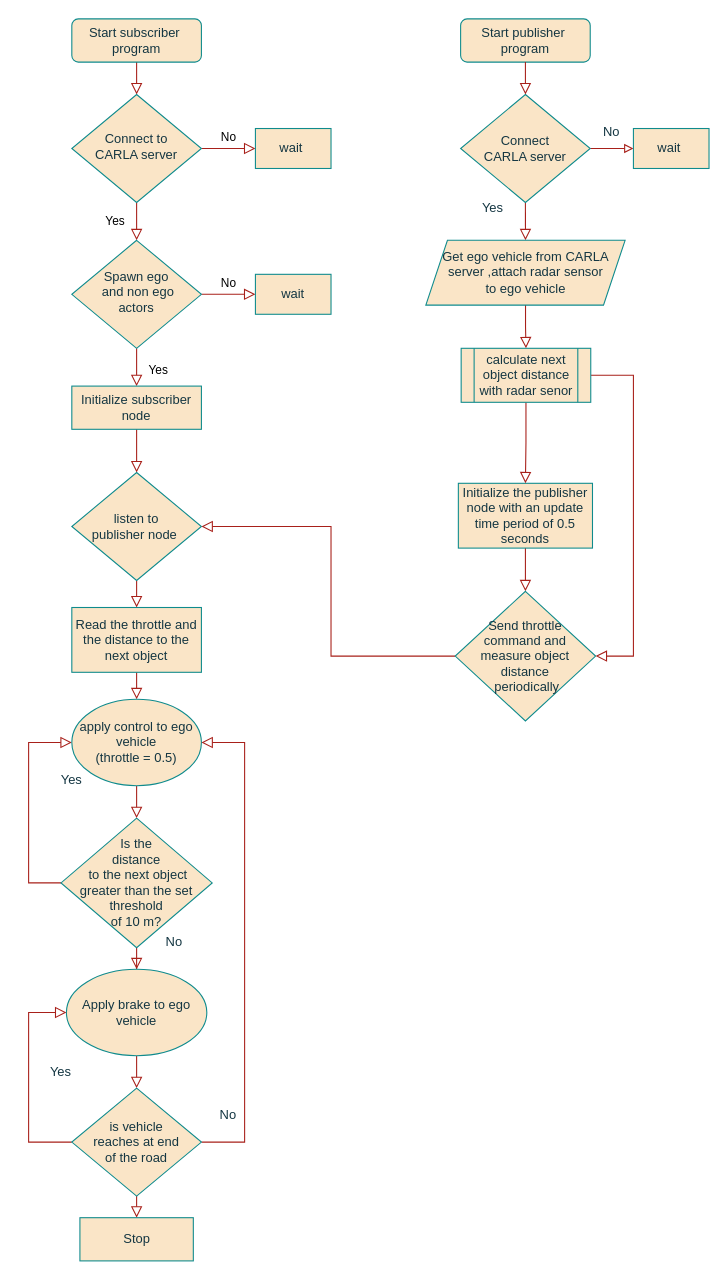
Before: POC.drawio in bapukokare/assignment, a draw.io diagram. Source tidied: cells renumbered, new cells numbered last; positions are measured from the earlier drawing's top-left corner, leaving out a move shared by most shapes. Both pictures are drawn from the tidied source at 108%, with x=0, y=0 at pixel (28, 18).
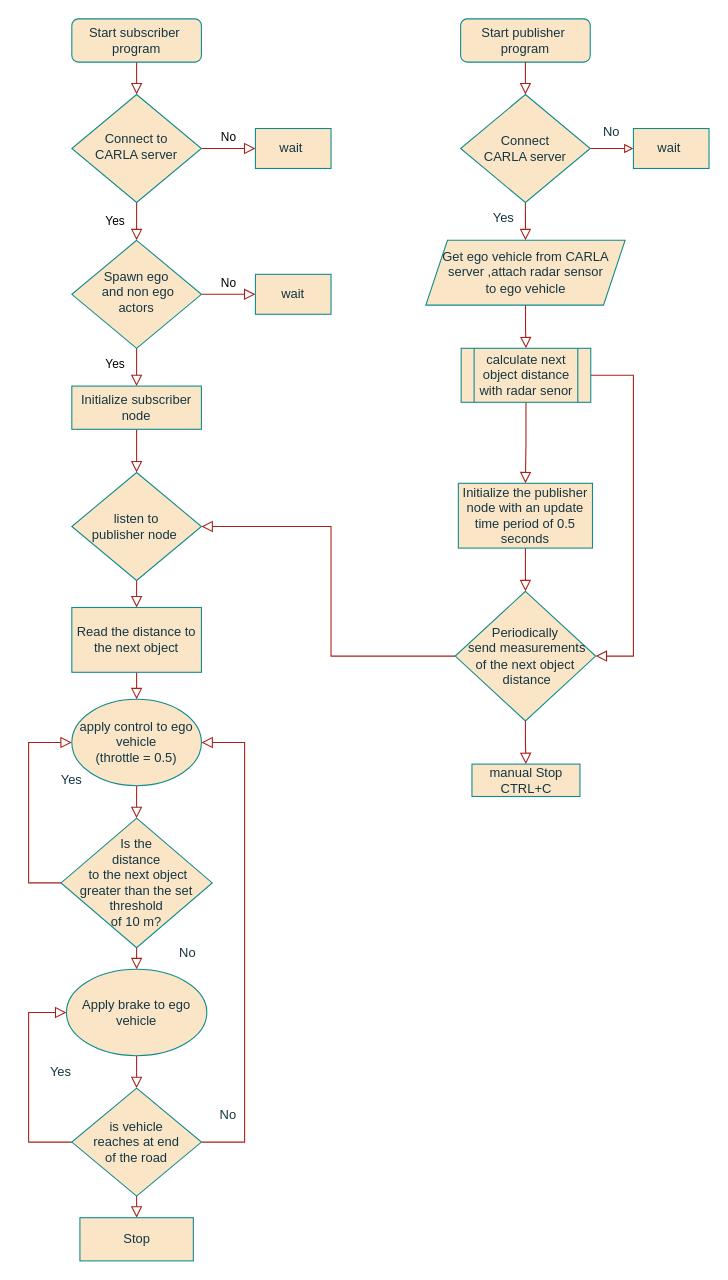
Above is the later version.

The change refers to these unchanged cells:
```xml
<mxCell id="10" value="&lt;font style=&quot;font-size: 12px;&quot;&gt;Spawn ego&lt;br&gt;&amp;nbsp;and non ego &lt;br&gt;actors&lt;/font&gt;" style="rhombus;whiteSpace=wrap;html=1;shadow=0;fontFamily=Helvetica;fontSize=12;align=center;strokeWidth=1;spacing=6;spacingTop=-4;labelBackgroundColor=none;fillColor=#FAE5C7;strokeColor=#0F8B8D;fontColor=#143642;" parent="1" vertex="1">
  <mxGeometry x="40" y="205" width="120" height="100" as="geometry" />
</mxCell>
<mxCell id="12" value="Initialize subscriber node" style="rounded=0;whiteSpace=wrap;html=1;fontSize=12;glass=0;strokeWidth=1;shadow=0;labelBackgroundColor=none;fillColor=#FAE5C7;strokeColor=#0F8B8D;fontColor=#143642;" parent="1" vertex="1">
  <mxGeometry x="40" y="340" width="120" height="40" as="geometry" />
</mxCell>
<mxCell id="27" value="Initialize the publisher node with an update time period of 0.5 seconds" style="whiteSpace=wrap;html=1;rounded=0;glass=0;strokeWidth=1;shadow=0;labelBackgroundColor=none;fillColor=#FAE5C7;strokeColor=#0F8B8D;fontColor=#143642;" parent="1" vertex="1">
  <mxGeometry x="397.9" y="430" width="124.2" height="60" as="geometry" />
</mxCell>
<mxCell id="34" value="Is the &lt;br&gt;distance&lt;br&gt;&amp;nbsp;to the next object &lt;br&gt;greater than the set threshold &lt;br&gt;of 10 m?" style="rhombus;whiteSpace=wrap;html=1;rounded=0;glass=0;strokeWidth=1;shadow=0;labelBackgroundColor=none;fillColor=#FAE5C7;strokeColor=#0F8B8D;fontColor=#143642;" parent="1" vertex="1">
  <mxGeometry x="30" y="740" width="140" height="120" as="geometry" />
</mxCell>
<mxCell id="40" value="Apply brake to ego vehicle" style="ellipse;whiteSpace=wrap;html=1;rounded=0;glass=0;strokeWidth=1;shadow=0;labelBackgroundColor=none;fillColor=#FAE5C7;strokeColor=#0F8B8D;fontColor=#143642;" parent="1" vertex="1">
  <mxGeometry x="35" y="880" width="130" height="80" as="geometry" />
</mxCell>
<mxCell id="49" value="calculate next object distance with radar senor" style="shape=process;whiteSpace=wrap;html=1;backgroundOutline=1;rounded=0;glass=0;strokeWidth=1;shadow=0;labelBackgroundColor=none;fillColor=#FAE5C7;strokeColor=#0F8B8D;fontColor=#143642;" parent="1" vertex="1">
  <mxGeometry x="400.5" y="305" width="120" height="50" as="geometry" />
</mxCell>
```

Change to the diagram source:
```diff
@@
     <mxCell id="8" value="Yes" style="rounded=0;html=1;jettySize=auto;fontSize=11;endArrow=block;endFill=0;endSize=8;strokeWidth=1;shadow=0;labelBackgroundColor=none;edgeStyle=orthogonalEdgeStyle;fontColor=default;strokeColor=#A8201A;" parent="1" edge="1" source="10" target="12">
-      <mxGeometry x="0.33" y="20" relative="1" as="geometry" />
+      <mxGeometry x="0.11" y="-20" relative="1" as="geometry" />
     </mxCell>
@@
-    <mxCell id="17" value="Read the throttle and the distance to the next object" style="whiteSpace=wrap;html=1;rounded=0;glass=0;strokeWidth=1;shadow=0;labelBackgroundColor=none;fillColor=#FAE5C7;strokeColor=#0F8B8D;fontColor=#143642;" parent="1" vertex="1">
+    <mxCell id="17" value="Read the distance to the next object" style="whiteSpace=wrap;html=1;rounded=0;glass=0;strokeWidth=1;shadow=0;labelBackgroundColor=none;fillColor=#FAE5C7;strokeColor=#0F8B8D;fontColor=#143642;" parent="1" vertex="1">
       <mxGeometry x="40" y="545" width="120" height="60" as="geometry" />
     </mxCell>
@@
+    <mxCell id="51" style="edgeStyle=orthogonalEdgeStyle;rounded=0;jettySize=auto;html=1;labelBackgroundColor=none;endArrow=block;strokeColor=#A8201A;endFill=0;endSize=8;strokeWidth=1;shadow=0;" parent="1" edge="1" source="29" target="52">
+      <mxGeometry relative="1" as="geometry" />
+    </mxCell>
-    <mxCell id="29" value="Send throttle &lt;br&gt;command and &lt;br&gt;measure object distance&lt;br&gt;&amp;nbsp;periodically" style="rhombus;whiteSpace=wrap;html=1;rounded=0;glass=0;strokeWidth=1;shadow=0;labelBackgroundColor=none;fillColor=#FAE5C7;strokeColor=#0F8B8D;fontColor=#143642;" parent="1" vertex="1">
+    <mxCell id="29" value="Periodically&lt;br&gt;&amp;nbsp;send measurements&lt;br&gt;of the next object&lt;br&gt;&amp;nbsp;distance" style="rhombus;whiteSpace=wrap;html=1;rounded=0;glass=0;strokeWidth=1;shadow=0;labelBackgroundColor=none;fillColor=#FAE5C7;strokeColor=#0F8B8D;fontColor=#143642;" parent="1" vertex="1">
       <mxGeometry x="395" y="530" width="130" height="120" as="geometry" />
     </mxCell>
     <mxCell id="30" value="Yes" style="text;strokeColor=none;align=center;fillColor=none;html=1;verticalAlign=middle;whiteSpace=wrap;rounded=0;fontSize=12;fontFamily=Helvetica;labelBackgroundColor=none;fontColor=#143642;" parent="1" vertex="1">
-      <mxGeometry x="400" y="160" width="60" height="30" as="geometry" />
+      <mxGeometry x="410" y="170" width="60" height="30" as="geometry" />
     </mxCell>
@@
-    <mxCell id="33" style="edgeStyle=orthogonalEdgeStyle;rounded=0;jettySize=auto;html=1;fontFamily=Helvetica;fontSize=11;fontColor=default;labelBackgroundColor=none;endArrow=block;endFill=0;endSize=8;strokeWidth=1;shadow=0;strokeColor=#A8201A;" parent="1" edge="1" source="34" target="40">
+    <mxCell id="33" style="edgeStyle=orthogonalEdgeStyle;rounded=0;jettySize=auto;html=1;exitX=0.5;exitY=1;exitDx=0;exitDy=0;entryX=0.5;entryY=0;entryDx=0;entryDy=0;labelBackgroundColor=none;endArrow=block;strokeColor=#A8201A;endFill=0;endSize=8;strokeWidth=1;shadow=0;" parent="1" edge="1" source="34" target="40">
       <mxGeometry relative="1" as="geometry" />
     </mxCell>
@@
     <mxCell id="38" value="No" style="text;strokeColor=none;align=center;fillColor=none;html=1;verticalAlign=middle;whiteSpace=wrap;rounded=0;fontSize=12;fontFamily=Helvetica;labelBackgroundColor=none;fontColor=#143642;" parent="1" vertex="1">
-      <mxGeometry x="105" y="840" width="60" height="30" as="geometry" />
+      <mxGeometry x="130" y="850" width="35" height="30" as="geometry" />
     </mxCell>
@@
+    <mxCell id="48" style="edgeStyle=orthogonalEdgeStyle;rounded=0;jettySize=auto;html=1;entryX=0.5;entryY=0;entryDx=0;entryDy=0;labelBackgroundColor=none;endArrow=block;strokeColor=#A8201A;endFill=0;endSize=8;strokeWidth=1;shadow=0;" parent="1" edge="1" source="49" target="27">
+      <mxGeometry relative="1" as="geometry" />
+    </mxCell>
-    <mxCell id="47" style="edgeStyle=orthogonalEdgeStyle;rounded=0;jettySize=auto;html=1;entryX=1;entryY=0.5;entryDx=0;entryDy=0;labelBackgroundColor=none;endArrow=block;endFill=0;endSize=8;strokeWidth=1;shadow=0;strokeColor=#A8201A;fontColor=default;" parent="1" edge="1" source="49" target="29">
+    <mxCell id="47" style="edgeStyle=orthogonalEdgeStyle;rounded=0;jettySize=auto;html=1;entryX=1;entryY=0.5;entryDx=0;entryDy=0;labelBackgroundColor=none;endArrow=block;strokeColor=#A8201A;endFill=0;endSize=8;strokeWidth=1;shadow=0;" parent="1" edge="1" source="49" target="29">
       <mxGeometry relative="1" as="geometry">
         <Array as="points">
           <mxPoint x="560" y="330" />
           <mxPoint x="560" y="590" />
         </Array>
       </mxGeometry>
     </mxCell>
-    <mxCell id="48" style="edgeStyle=orthogonalEdgeStyle;rounded=0;jettySize=auto;html=1;entryX=0.5;entryY=0;entryDx=0;entryDy=0;labelBackgroundColor=none;endArrow=block;strokeColor=#A8201A;endFill=0;endSize=8;strokeWidth=1;shadow=0;" parent="1" edge="1" source="49" target="27">
-      <mxGeometry relative="1" as="geometry" />
-    </mxCell>
@@
+    <mxCell id="52" value="manual Stop CTRL+C" style="whiteSpace=wrap;html=1;fillColor=#FAE5C7;strokeColor=#0F8B8D;fontColor=#143642;rounded=0;glass=0;strokeWidth=1;shadow=0;labelBackgroundColor=none;" parent="1" vertex="1">
+      <mxGeometry x="410.5" y="690" width="100" height="30" as="geometry" />
+    </mxCell>
```
